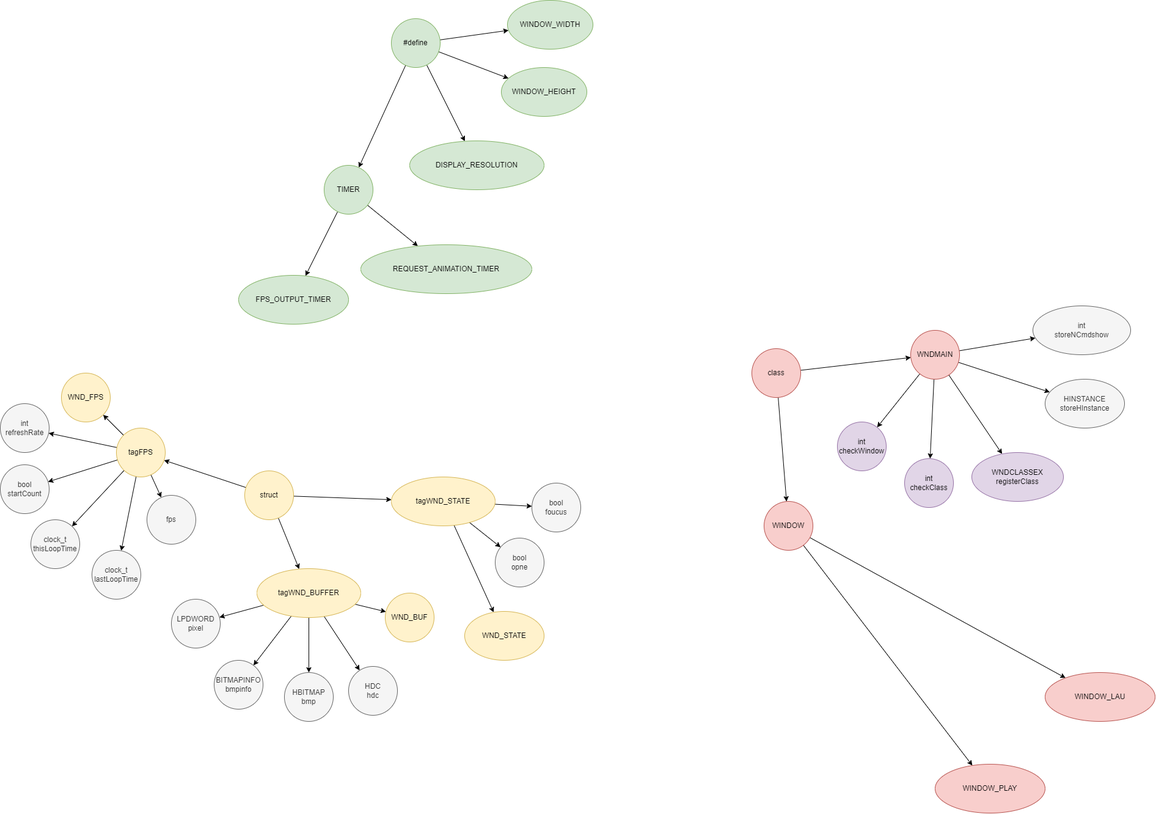
This is drawio/files/window/h.drawio.png from Tanso-mct/GLPA, a draw.io export, as it was before one commit. Source tidied: cells renumbered, new cells last; positions are measured from the earlier drawing's top-left corner, leaving out a move shared by most shapes.
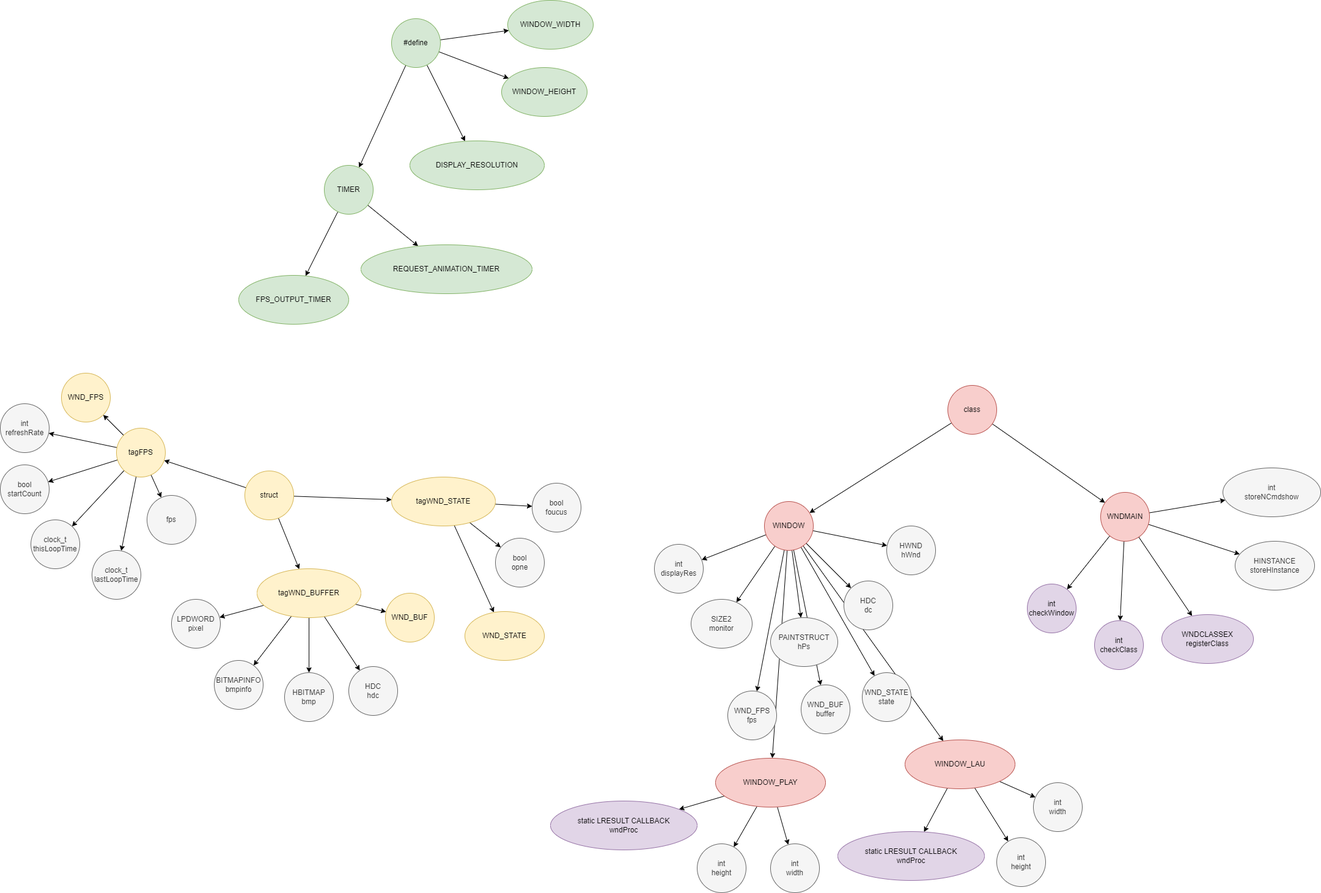
After the change.

Change to the diagram source:
```diff
@@ -60,12 +60,36 @@
       <mxGeometry relative="1" as="geometry" />
     </mxCell>
     <mxCell id="21" value="class" style="ellipse;whiteSpace=wrap;html=1;fillColor=#f8cecc;strokeColor=#b85450;" parent="1" vertex="1">
-      <mxGeometry x="1230" y="570" width="80" height="80" as="geometry" />
+      <mxGeometry x="1550" y="630" width="80" height="80" as="geometry" />
     </mxCell>
+    <mxCell id="69" style="edgeStyle=none;html=1;fontFamily=Helvetica;fontSize=12;fontColor=#333333;" parent="1" edge="1" source="24" target="83">
+      <mxGeometry relative="1" as="geometry" />
+    </mxCell>
+    <mxCell id="70" style="edgeStyle=none;html=1;fontFamily=Helvetica;fontSize=12;fontColor=#333333;" parent="1" edge="1" source="24" target="84">
+      <mxGeometry relative="1" as="geometry" />
+    </mxCell>
+    <mxCell id="71" style="edgeStyle=none;html=1;fontFamily=Helvetica;fontSize=12;fontColor=#333333;" parent="1" edge="1" source="24" target="85">
+      <mxGeometry relative="1" as="geometry" />
+    </mxCell>
+    <mxCell id="72" style="edgeStyle=none;html=1;fontFamily=Helvetica;fontSize=12;fontColor=#333333;" parent="1" edge="1" source="24" target="86">
+      <mxGeometry relative="1" as="geometry" />
+    </mxCell>
+    <mxCell id="73" style="edgeStyle=none;html=1;fontFamily=Helvetica;fontSize=12;fontColor=#333333;" parent="1" edge="1" source="24" target="87">
+      <mxGeometry relative="1" as="geometry" />
+    </mxCell>
+    <mxCell id="74" style="edgeStyle=none;html=1;fontFamily=Helvetica;fontSize=12;fontColor=#333333;" parent="1" edge="1" source="24" target="88">
+      <mxGeometry relative="1" as="geometry" />
+    </mxCell>
+    <mxCell id="75" style="edgeStyle=none;html=1;fontFamily=Helvetica;fontSize=12;fontColor=#333333;" parent="1" edge="1" source="24" target="89">
+      <mxGeometry relative="1" as="geometry" />
+    </mxCell>
+    <mxCell id="76" style="edgeStyle=none;html=1;fontFamily=Helvetica;fontSize=12;fontColor=#333333;" parent="1" edge="1" source="24" target="90">
+      <mxGeometry relative="1" as="geometry" />
+    </mxCell>
-    <mxCell id="22" style="edgeStyle=none;html=1;" parent="1" edge="1" source="24" target="51">
+    <mxCell id="22" style="edgeStyle=none;html=1;fontFamily=Helvetica;fontSize=12;fontColor=#333333;" parent="1" edge="1" source="24" target="51">
       <mxGeometry relative="1" as="geometry" />
     </mxCell>
-    <mxCell id="23" style="edgeStyle=none;html=1;" parent="1" edge="1" source="24" target="52">
+    <mxCell id="23" style="edgeStyle=none;html=1;fontFamily=Helvetica;fontSize=12;fontColor=#333333;" parent="1" edge="1" source="24" target="52">
       <mxGeometry relative="1" as="geometry" />
     </mxCell>
     <mxCell id="24" value="WINDOW" style="ellipse;whiteSpace=wrap;html=1;fillColor=#f8cecc;strokeColor=#b85450;" parent="1" vertex="1">
@@ -147,13 +171,31 @@
       <mxGeometry relative="1" as="geometry" />
     </mxCell>
     <mxCell id="50" value="WNDMAIN" style="ellipse;whiteSpace=wrap;html=1;strokeColor=#b85450;fontFamily=Helvetica;fontSize=12;fillColor=#f8cecc;" parent="1" vertex="1">
-      <mxGeometry x="1490" y="540" width="80" height="80" as="geometry" />
+      <mxGeometry x="1800" y="805" width="80" height="80" as="geometry" />
     </mxCell>
+    <mxCell id="77" style="edgeStyle=none;html=1;fontFamily=Helvetica;fontSize=12;fontColor=#333333;" parent="1" edge="1" source="51" target="91">
+      <mxGeometry relative="1" as="geometry" />
+    </mxCell>
+    <mxCell id="78" style="edgeStyle=none;html=1;fontFamily=Helvetica;fontSize=12;fontColor=#333333;" parent="1" edge="1" source="51" target="92">
+      <mxGeometry relative="1" as="geometry" />
+    </mxCell>
+    <mxCell id="79" style="edgeStyle=none;html=1;fontFamily=Helvetica;fontSize=12;fontColor=#333333;" parent="1" edge="1" source="51" target="94">
+      <mxGeometry relative="1" as="geometry" />
+    </mxCell>
     <mxCell id="51" value="WINDOW_LAU" style="ellipse;whiteSpace=wrap;html=1;fillColor=#f8cecc;strokeColor=#b85450;" parent="1" vertex="1">
-      <mxGeometry x="1710" y="1100" width="180" height="80" as="geometry" />
+      <mxGeometry x="1480" y="1210" width="180" height="80" as="geometry" />
     </mxCell>
+    <mxCell id="80" style="edgeStyle=none;html=1;fontFamily=Helvetica;fontSize=12;fontColor=#333333;" parent="1" edge="1" source="52" target="93">
+      <mxGeometry relative="1" as="geometry" />
+    </mxCell>
+    <mxCell id="81" style="edgeStyle=none;html=1;fontFamily=Helvetica;fontSize=12;fontColor=#333333;" parent="1" edge="1" source="52" target="95">
+      <mxGeometry relative="1" as="geometry" />
+    </mxCell>
+    <mxCell id="82" style="edgeStyle=none;html=1;fontFamily=Helvetica;fontSize=12;fontColor=#333333;" parent="1" edge="1" source="52" target="96">
+      <mxGeometry relative="1" as="geometry" />
+    </mxCell>
     <mxCell id="52" value="WINDOW_PLAY" style="ellipse;whiteSpace=wrap;html=1;fillColor=#f8cecc;strokeColor=#b85450;" parent="1" vertex="1">
-      <mxGeometry x="1530" y="1250" width="180" height="80" as="geometry" />
+      <mxGeometry x="1170" y="1240" width="180" height="80" as="geometry" />
     </mxCell>
     <mxCell id="53" value="bool&lt;br&gt;foucus" style="ellipse;whiteSpace=wrap;html=1;fillColor=#f5f5f5;fontColor=#333333;strokeColor=#666666;" parent="1" vertex="1">
       <mxGeometry x="870" y="790" width="80" height="80" as="geometry" />
@@ -189,19 +231,61 @@
       <mxGeometry x="240" y="810" width="80" height="80" as="geometry" />
     </mxCell>
     <mxCell id="64" value="int&lt;br&gt;storeNCmdshow" style="ellipse;whiteSpace=wrap;html=1;strokeColor=#666666;fontFamily=Helvetica;fontSize=12;fontColor=#333333;fillColor=#f5f5f5;" parent="1" vertex="1">
-      <mxGeometry x="1690" y="500" width="160" height="80" as="geometry" />
+      <mxGeometry x="2000" y="765" width="160" height="80" as="geometry" />
     </mxCell>
     <mxCell id="65" value="HINSTANCE&lt;br&gt;storeHInstance" style="ellipse;whiteSpace=wrap;html=1;strokeColor=#666666;fontFamily=Helvetica;fontSize=12;fontColor=#333333;fillColor=#f5f5f5;" parent="1" vertex="1">
-      <mxGeometry x="1710" y="620" width="130" height="80" as="geometry" />
+      <mxGeometry x="2020" y="885" width="130" height="80" as="geometry" />
     </mxCell>
     <mxCell id="66" value="WNDCLASSEX&lt;br&gt;registerClass" style="ellipse;whiteSpace=wrap;html=1;strokeColor=#9673a6;fontFamily=Helvetica;fontSize=12;fillColor=#e1d5e7;" parent="1" vertex="1">
-      <mxGeometry x="1590" y="740" width="150" height="80" as="geometry" />
+      <mxGeometry x="1900" y="1005" width="150" height="80" as="geometry" />
     </mxCell>
     <mxCell id="67" value="int&lt;br&gt;checkClass" style="ellipse;whiteSpace=wrap;html=1;strokeColor=#9673a6;fontFamily=Helvetica;fontSize=12;fillColor=#e1d5e7;" parent="1" vertex="1">
-      <mxGeometry x="1480" y="750" width="80" height="80" as="geometry" />
+      <mxGeometry x="1790" y="1015" width="80" height="80" as="geometry" />
     </mxCell>
     <mxCell id="68" value="int&lt;br&gt;checkWindow" style="ellipse;whiteSpace=wrap;html=1;strokeColor=#9673a6;fontFamily=Helvetica;fontSize=12;fillColor=#e1d5e7;" parent="1" vertex="1">
-      <mxGeometry x="1370" y="690" width="80" height="80" as="geometry" />
+      <mxGeometry x="1680" y="955" width="80" height="80" as="geometry" />
     </mxCell>
+    <mxCell id="83" value="HWND&lt;br&gt;hWnd" style="ellipse;whiteSpace=wrap;html=1;fillColor=#f5f5f5;fontColor=#333333;strokeColor=#666666;" parent="1" vertex="1">
+      <mxGeometry x="1450" y="860" width="80" height="80" as="geometry" />
+    </mxCell>
+    <mxCell id="84" value="HDC&lt;br&gt;dc" style="ellipse;whiteSpace=wrap;html=1;strokeColor=#666666;fontFamily=Helvetica;fontSize=12;fontColor=#333333;fillColor=#f5f5f5;" parent="1" vertex="1">
+      <mxGeometry x="1380" y="950" width="80" height="80" as="geometry" />
+    </mxCell>
+    <mxCell id="85" value="PAINTSTRUCT&lt;br&gt;hPs" style="ellipse;whiteSpace=wrap;html=1;strokeColor=#666666;fontFamily=Helvetica;fontSize=12;fontColor=#333333;fillColor=#f5f5f5;" parent="1" vertex="1">
+      <mxGeometry x="1260" y="1010" width="110" height="80" as="geometry" />
+    </mxCell>
+    <mxCell id="86" value="SIZE2&lt;br&gt;monitor" style="ellipse;whiteSpace=wrap;html=1;strokeColor=#666666;fontFamily=Helvetica;fontSize=12;fontColor=#333333;fillColor=#f5f5f5;" parent="1" vertex="1">
+      <mxGeometry x="1130" y="980" width="100" height="80" as="geometry" />
+    </mxCell>
+    <mxCell id="87" value="int&lt;br&gt;displayRes" style="ellipse;whiteSpace=wrap;html=1;strokeColor=#666666;fontFamily=Helvetica;fontSize=12;fontColor=#333333;fillColor=#f5f5f5;" parent="1" vertex="1">
+      <mxGeometry x="1070" y="890" width="80" height="80" as="geometry" />
+    </mxCell>
+    <mxCell id="88" value="WND_STATE&lt;br&gt;state" style="ellipse;whiteSpace=wrap;html=1;strokeColor=#666666;fontFamily=Helvetica;fontSize=12;fontColor=#333333;fillColor=#f5f5f5;" parent="1" vertex="1">
+      <mxGeometry x="1410" y="1100" width="80" height="80" as="geometry" />
+    </mxCell>
+    <mxCell id="89" value="WND_BUF&lt;br&gt;buffer" style="ellipse;whiteSpace=wrap;html=1;strokeColor=#666666;fontFamily=Helvetica;fontSize=12;fontColor=#333333;fillColor=#f5f5f5;" parent="1" vertex="1">
+      <mxGeometry x="1310" y="1120" width="80" height="80" as="geometry" />
+    </mxCell>
+    <mxCell id="90" value="WND_FPS&lt;br&gt;fps" style="ellipse;whiteSpace=wrap;html=1;strokeColor=#666666;fontFamily=Helvetica;fontSize=12;fontColor=#333333;fillColor=#f5f5f5;" parent="1" vertex="1">
+      <mxGeometry x="1190" y="1130" width="80" height="80" as="geometry" />
+    </mxCell>
+    <mxCell id="91" value="int&lt;br&gt;width" style="ellipse;whiteSpace=wrap;html=1;strokeColor=#666666;fontFamily=Helvetica;fontSize=12;fontColor=#333333;fillColor=#f5f5f5;" parent="1" vertex="1">
+      <mxGeometry x="1690" y="1280" width="80" height="80" as="geometry" />
+    </mxCell>
+    <mxCell id="92" value="static LRESULT CALLBACK&lt;br&gt;wndProc" style="ellipse;whiteSpace=wrap;html=1;strokeColor=#9673a6;fontFamily=Helvetica;fontSize=12;fillColor=#e1d5e7;" parent="1" vertex="1">
+      <mxGeometry x="1370" y="1360" width="240" height="80" as="geometry" />
+    </mxCell>
+    <mxCell id="93" value="static LRESULT CALLBACK&lt;br&gt;wndProc" style="ellipse;whiteSpace=wrap;html=1;strokeColor=#9673a6;fontFamily=Helvetica;fontSize=12;fillColor=#e1d5e7;" parent="1" vertex="1">
+      <mxGeometry x="900" y="1310" width="240" height="80" as="geometry" />
+    </mxCell>
+    <mxCell id="94" value="int&lt;br&gt;height" style="ellipse;whiteSpace=wrap;html=1;strokeColor=#666666;fontFamily=Helvetica;fontSize=12;fontColor=#333333;fillColor=#f5f5f5;" parent="1" vertex="1">
+      <mxGeometry x="1630" y="1370" width="80" height="80" as="geometry" />
+    </mxCell>
+    <mxCell id="95" value="int&lt;br&gt;width" style="ellipse;whiteSpace=wrap;html=1;strokeColor=#666666;fontFamily=Helvetica;fontSize=12;fontColor=#333333;fillColor=#f5f5f5;" parent="1" vertex="1">
+      <mxGeometry x="1260" y="1380" width="80" height="80" as="geometry" />
+    </mxCell>
+    <mxCell id="96" value="int&lt;br&gt;height" style="ellipse;whiteSpace=wrap;html=1;strokeColor=#666666;fontFamily=Helvetica;fontSize=12;fontColor=#333333;fillColor=#f5f5f5;" parent="1" vertex="1">
+      <mxGeometry x="1140" y="1380" width="80" height="80" as="geometry" />
+    </mxCell>
   </root>
 </mxGraphModel>
```
